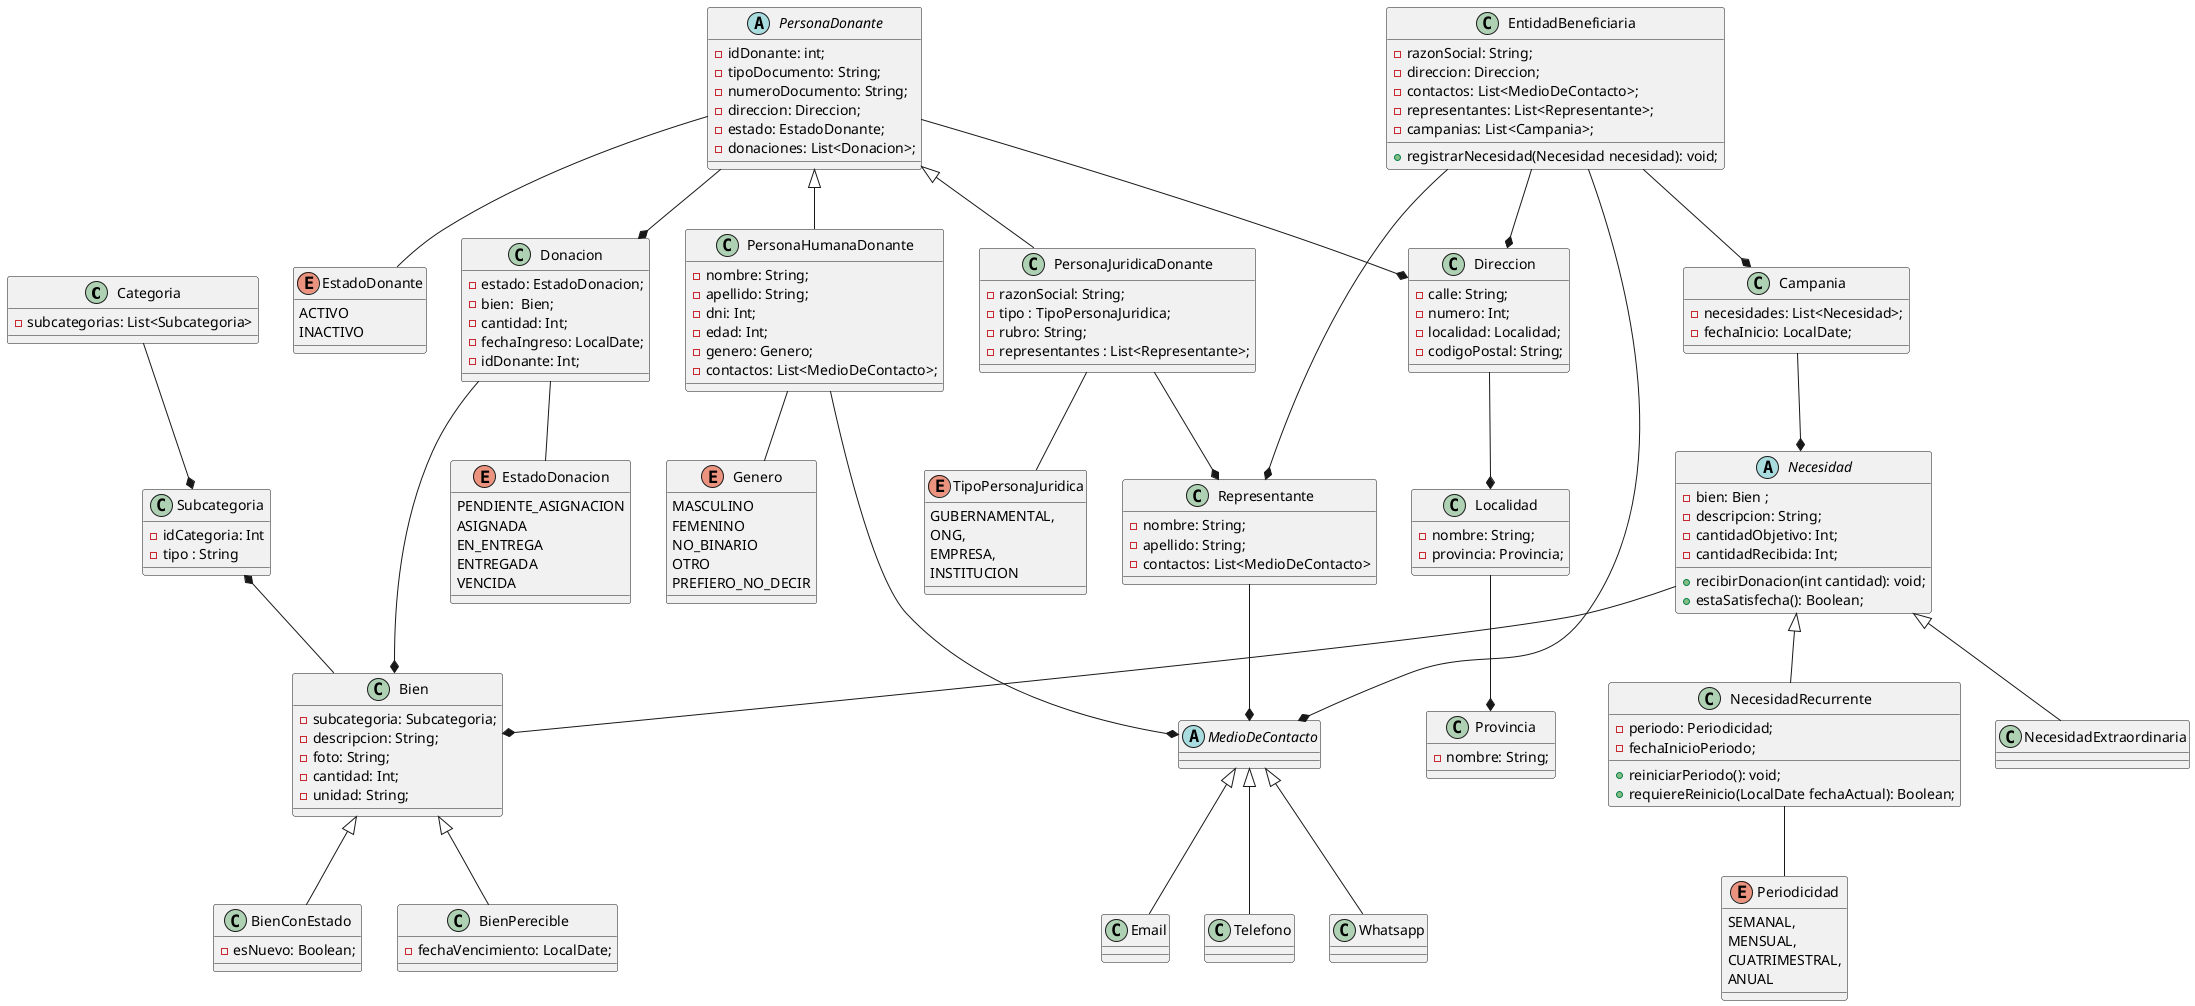
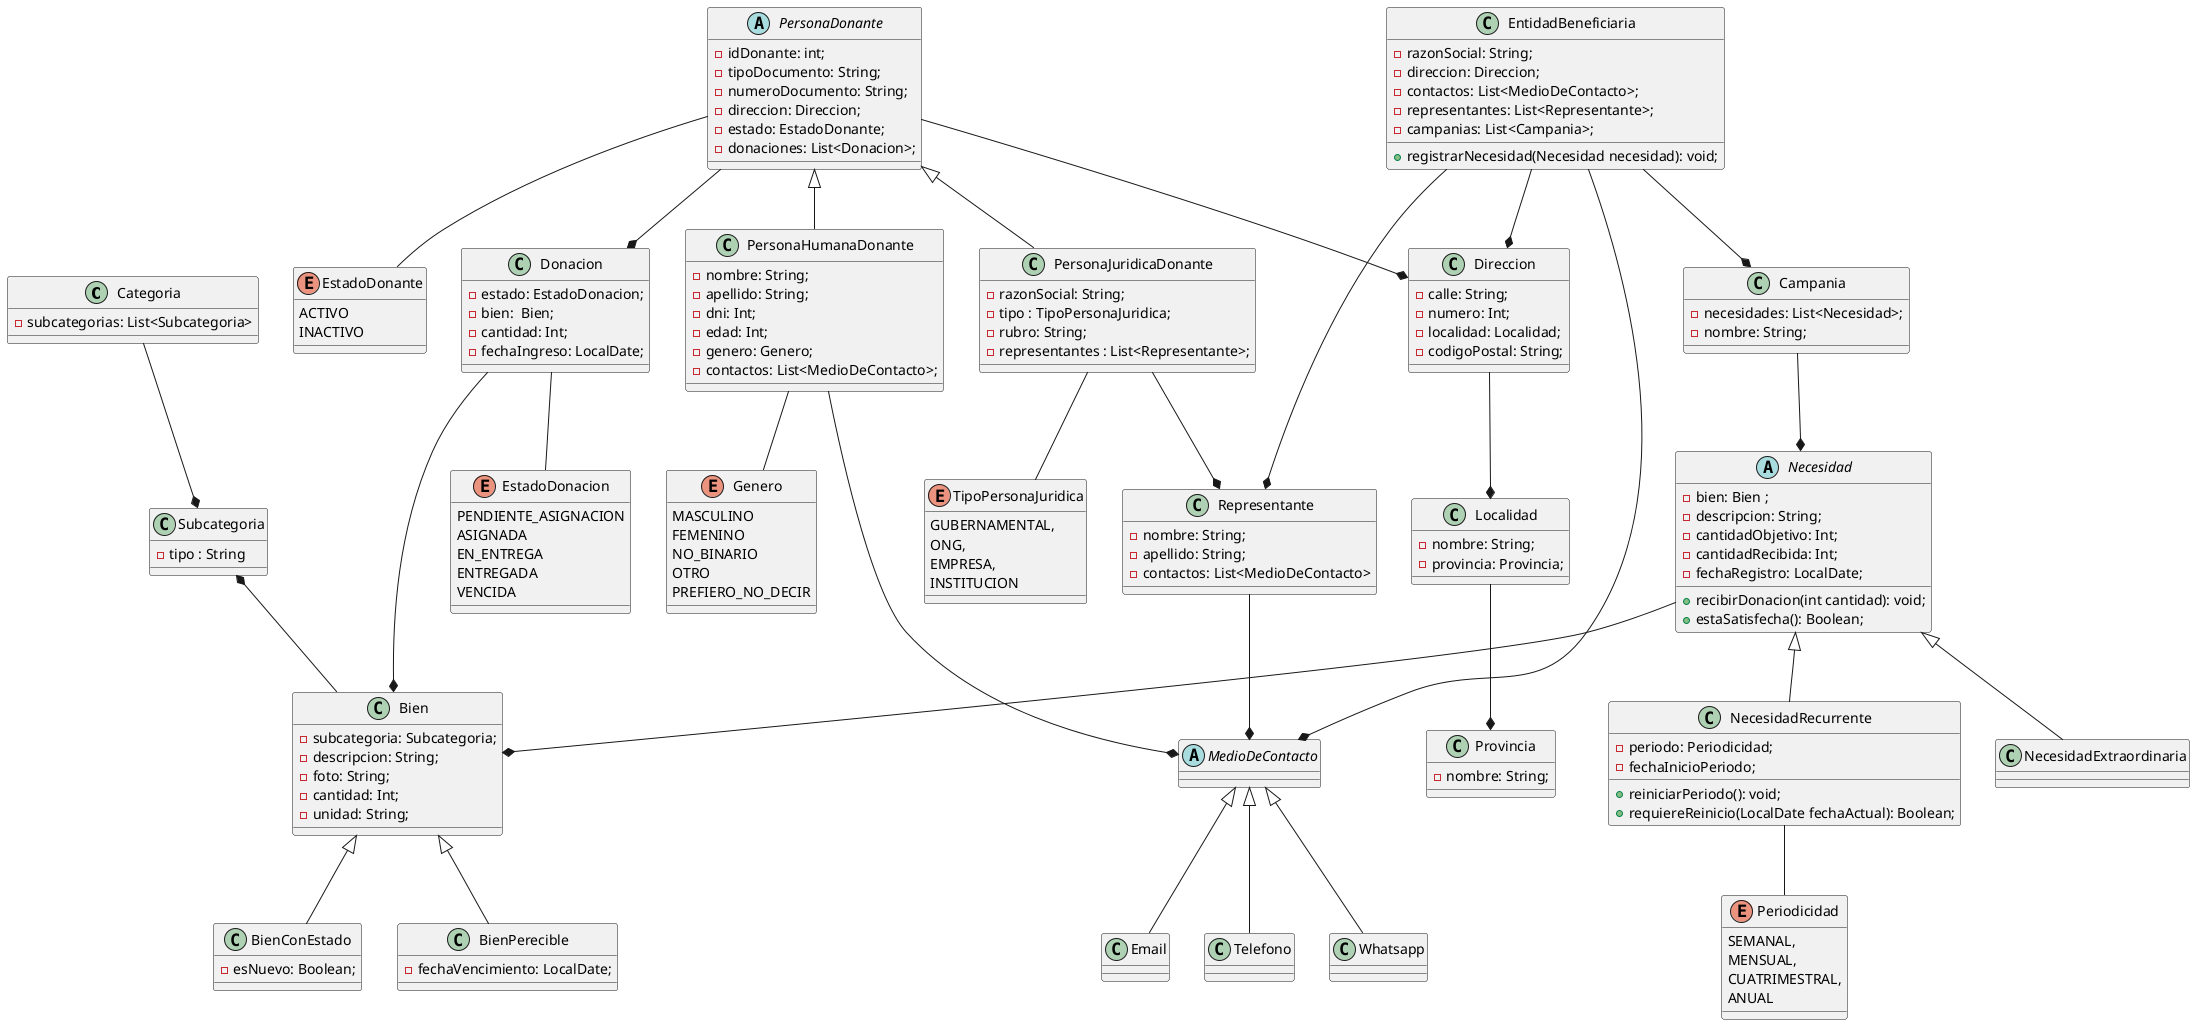
@startuml diagrama-De-Clases

class Categoria{
  - subcategorias: List<Subcategoria>
}

class Subcategoria{
-   - idCategoria: Int
  - tipo : String
}

abstract class MedioDeContacto{

}

class Email{

}

class Telefono{

}

class Whatsapp{
}

class Bien{
    - subcategoria: Subcategoria;
    - descripcion: String;
    - foto: String;
    - cantidad: Int;
    - unidad: String;
}

class BienConEstado{
    - esNuevo: Boolean;
}

class BienPerecible{
    - fechaVencimiento: LocalDate;
}

class Donacion{
    - estado: EstadoDonacion;
    - bien:  Bien;
    - cantidad: Int;
    - fechaIngreso: LocalDate;
-     - idDonante: Int;
}

enum EstadoDonacion{
    PENDIENTE_ASIGNACION
    ASIGNADA
    EN_ENTREGA
    ENTREGADA
    VENCIDA
}

enum EstadoDonante{
    ACTIVO
    INACTIVO
}

enum Genero{
    MASCULINO
    FEMENINO
    NO_BINARIO
    OTRO
    PREFIERO_NO_DECIR
}

abstract class PersonaDonante{
    - idDonante: int;
    - tipoDocumento: String;
    - numeroDocumento: String;
    - direccion: Direccion;
    - estado: EstadoDonante;
    - donaciones: List<Donacion>;
}

class PersonaHumanaDonante{
    - nombre: String;
    - apellido: String;
    - dni: Int;
    - edad: Int;
    - genero: Genero;
    - contactos: List<MedioDeContacto>;
}

class PersonaJuridicaDonante{
    - razonSocial: String;
    - tipo : TipoPersonaJuridica;
    - rubro: String;
    - representantes : List<Representante>;
}

class Representante{
    - nombre: String;
    - apellido: String;
    - contactos: List<MedioDeContacto>
}

enum TipoPersonaJuridica {
    GUBERNAMENTAL,
    ONG,
    EMPRESA,
    INSTITUCION
}

class Direccion{
    - calle: String;
    - numero: Int;
    - localidad: Localidad;
    - codigoPostal: String;
}

class Localidad{
- nombre: String;
- provincia: Provincia;
}

class Provincia{
- nombre: String;
}

class EntidadBeneficiaria{
    - razonSocial: String;
    - direccion: Direccion;
    - contactos: List<MedioDeContacto>;
    - representantes: List<Representante>;
    - campanias: List<Campania>;

    + registrarNecesidad(Necesidad necesidad): void;
}

abstract class Necesidad{
    - bien: Bien ;
    - descripcion: String;
    - cantidadObjetivo: Int;
    - cantidadRecibida: Int;
+     - fechaRegistro: LocalDate;

    + recibirDonacion(int cantidad): void;
    + estaSatisfecha(): Boolean;
}

class NecesidadExtraordinaria{

}

class NecesidadRecurrente{
    - periodo: Periodicidad;
    - fechaInicioPeriodo;

    + reiniciarPeriodo(): void;
    + requiereReinicio(LocalDate fechaActual): Boolean;
}

enum Periodicidad{
    SEMANAL,
    MENSUAL,
    CUATRIMESTRAL,
    ANUAL
}

class Campania{
    - necesidades: List<Necesidad>;
-     - fechaInicio: LocalDate;
+     - nombre: String;
}

Campania --* Necesidad


Bien <|-- BienConEstado
Bien <|-- BienPerecible


Donacion --* Bien
Donacion -- EstadoDonacion


- 
PersonaDonante <|-- PersonaHumanaDonante
PersonaDonante <|-- PersonaJuridicaDonante
- PersonaDonante --* Donacion
PersonaHumanaDonante --* MedioDeContacto
PersonaDonante --* Direccion
PersonaDonante -- EstadoDonante
+ PersonaDonante --* Donacion

MedioDeContacto <|-- Email
MedioDeContacto <|-- Telefono
MedioDeContacto <|-- Whatsapp

Representante --* MedioDeContacto

Necesidad <|-- NecesidadExtraordinaria
Necesidad <|-- NecesidadRecurrente
Necesidad --* Bien


NecesidadRecurrente -- Periodicidad

PersonaJuridicaDonante -- TipoPersonaJuridica
PersonaJuridicaDonante --* Representante

PersonaHumanaDonante -- Genero

- EntidadBeneficiaria --* Campania
EntidadBeneficiaria --* Direccion
EntidadBeneficiaria --* Representante
EntidadBeneficiaria --* MedioDeContacto
+ EntidadBeneficiaria --* Campania

Direccion --* Localidad
Localidad --* Provincia

Categoria --* Subcategoria
Subcategoria *-- Bien

@enduml